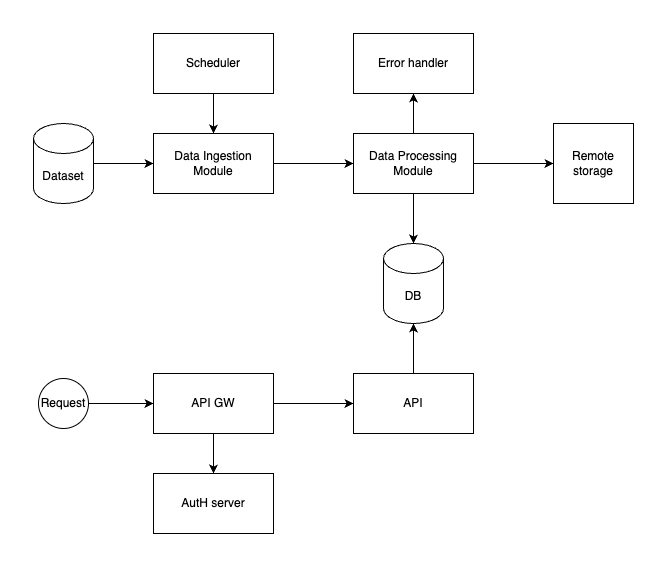
IvanMoucha/home-work-azl keeps this draw.io diagram as docs/azl-hmw-hld.drawio.png. Above is the earlier version. Source tidied: cells renumbered, new cells last; positions are measured from the earlier drawing's top-left corner, leaving out a move shared by most shapes. Its diagram source:
```xml
<mxGraphModel>
  <root>
    <mxCell id="0" />
    <mxCell id="1" parent="0" />
    <mxCell id="2" style="edgeStyle=orthogonalEdgeStyle;rounded=0;jettySize=auto;html=1;" parent="1" edge="1" source="3" target="5">
      <mxGeometry relative="1" as="geometry" />
    </mxCell>
    <mxCell id="3" value="Dataset" style="shape=cylinder3;whiteSpace=wrap;html=1;boundedLbl=1;backgroundOutline=1;size=15;" parent="1" vertex="1">
      <mxGeometry y="90" width="60" height="80" as="geometry" />
    </mxCell>
    <mxCell id="4" style="edgeStyle=orthogonalEdgeStyle;rounded=0;jettySize=auto;html=1;entryX=0;entryY=0.5;entryDx=0;entryDy=0;" parent="1" edge="1" source="5" target="10">
      <mxGeometry relative="1" as="geometry" />
    </mxCell>
    <mxCell id="5" value="Data Ingestion Module" style="rounded=0;whiteSpace=wrap;html=1;" parent="1" vertex="1">
      <mxGeometry x="120" y="100" width="120" height="60" as="geometry" />
    </mxCell>
    <mxCell id="6" style="edgeStyle=orthogonalEdgeStyle;rounded=0;jettySize=auto;html=1;" parent="1" edge="1" source="7" target="5">
      <mxGeometry relative="1" as="geometry" />
    </mxCell>
    <mxCell id="7" value="Scheduler" style="rounded=0;whiteSpace=wrap;html=1;" parent="1" vertex="1">
      <mxGeometry x="120" width="120" height="60" as="geometry" />
    </mxCell>
    <mxCell id="8" style="edgeStyle=orthogonalEdgeStyle;rounded=0;jettySize=auto;html=1;entryX=0;entryY=0.5;entryDx=0;entryDy=0;" parent="1" edge="1" source="10" target="13">
      <mxGeometry relative="1" as="geometry" />
    </mxCell>
    <mxCell id="9" style="edgeStyle=orthogonalEdgeStyle;rounded=0;jettySize=auto;html=1;entryX=0.5;entryY=1;entryDx=0;entryDy=0;" parent="1" edge="1" source="10" target="22">
      <mxGeometry relative="1" as="geometry" />
    </mxCell>
    <mxCell id="10" value="Data Processing Module" style="rounded=0;whiteSpace=wrap;html=1;" parent="1" vertex="1">
      <mxGeometry x="320" y="100" width="120" height="60" as="geometry" />
    </mxCell>
    <mxCell id="11" value="DB" style="shape=cylinder3;whiteSpace=wrap;html=1;boundedLbl=1;backgroundOutline=1;size=15;" parent="1" vertex="1">
      <mxGeometry x="350" y="210" width="60" height="80" as="geometry" />
    </mxCell>
    <mxCell id="12" style="edgeStyle=orthogonalEdgeStyle;rounded=0;jettySize=auto;html=1;entryX=0.5;entryY=0;entryDx=0;entryDy=0;entryPerimeter=0;" parent="1" edge="1" source="10" target="11">
      <mxGeometry relative="1" as="geometry" />
    </mxCell>
    <mxCell id="13" value="Remote storage" style="whiteSpace=wrap;html=1;" parent="1" vertex="1">
      <mxGeometry x="520" y="90" width="80" height="80" as="geometry" />
    </mxCell>
    <mxCell id="14" style="edgeStyle=orthogonalEdgeStyle;rounded=0;jettySize=auto;html=1;exitX=1;exitY=0.5;exitDx=0;exitDy=0;entryX=0;entryY=0.5;entryDx=0;entryDy=0;" parent="1" edge="1" source="16" target="17">
      <mxGeometry relative="1" as="geometry" />
    </mxCell>
    <mxCell id="15" style="edgeStyle=orthogonalEdgeStyle;rounded=0;jettySize=auto;html=1;exitX=0.5;exitY=1;exitDx=0;exitDy=0;entryX=0.5;entryY=0;entryDx=0;entryDy=0;" parent="1" edge="1" source="16" target="21">
      <mxGeometry relative="1" as="geometry" />
    </mxCell>
    <mxCell id="16" value="API GW" style="rounded=0;whiteSpace=wrap;html=1;" parent="1" vertex="1">
      <mxGeometry x="120" y="340" width="120" height="60" as="geometry" />
    </mxCell>
    <mxCell id="17" value="API" style="rounded=0;whiteSpace=wrap;html=1;" parent="1" vertex="1">
      <mxGeometry x="320" y="340" width="120" height="60" as="geometry" />
    </mxCell>
    <mxCell id="18" style="edgeStyle=orthogonalEdgeStyle;rounded=0;jettySize=auto;html=1;entryX=0;entryY=0.5;entryDx=0;entryDy=0;" parent="1" edge="1" source="19" target="16">
      <mxGeometry relative="1" as="geometry" />
    </mxCell>
    <mxCell id="19" value="Request" style="ellipse;whiteSpace=wrap;html=1;" parent="1" vertex="1">
      <mxGeometry x="5" y="345" width="50" height="50" as="geometry" />
    </mxCell>
    <mxCell id="20" style="edgeStyle=orthogonalEdgeStyle;rounded=0;jettySize=auto;html=1;entryX=0.5;entryY=1;entryDx=0;entryDy=0;entryPerimeter=0;" parent="1" edge="1" source="17" target="11">
      <mxGeometry relative="1" as="geometry" />
    </mxCell>
    <mxCell id="21" value="AutH server" style="rounded=0;whiteSpace=wrap;html=1;" parent="1" vertex="1">
      <mxGeometry x="120" y="440" width="120" height="60" as="geometry" />
    </mxCell>
    <mxCell id="22" value="Error handler" style="rounded=0;whiteSpace=wrap;html=1;" parent="1" vertex="1">
      <mxGeometry x="320" width="120" height="60" as="geometry" />
    </mxCell>
  </root>
</mxGraphModel>
```
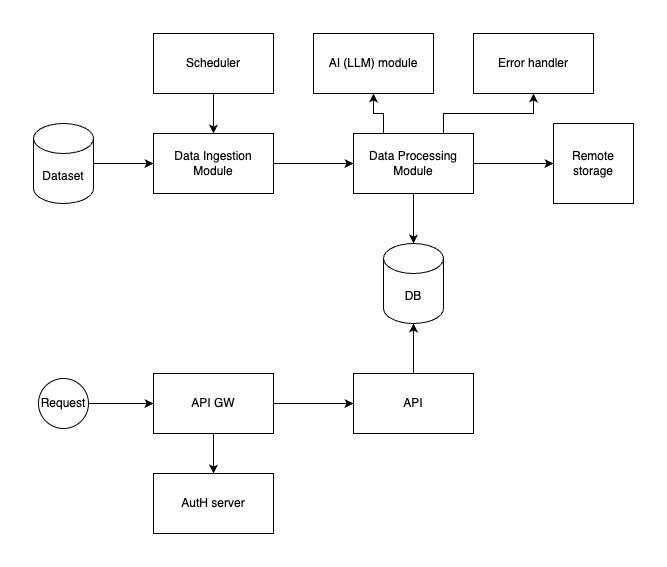
The same diagram one commit later.

The edit, as a diff of the source:
```diff
@@ -23,9 +23,12 @@
     <mxCell id="8" style="edgeStyle=orthogonalEdgeStyle;rounded=0;jettySize=auto;html=1;entryX=0;entryY=0.5;entryDx=0;entryDy=0;" parent="1" edge="1" source="10" target="13">
       <mxGeometry relative="1" as="geometry" />
     </mxCell>
-    <mxCell id="9" style="edgeStyle=orthogonalEdgeStyle;rounded=0;jettySize=auto;html=1;entryX=0.5;entryY=1;entryDx=0;entryDy=0;" parent="1" edge="1" source="10" target="22">
+    <mxCell id="9" style="edgeStyle=orthogonalEdgeStyle;rounded=0;jettySize=auto;html=1;entryX=0.5;entryY=1;entryDx=0;entryDy=0;exitX=0.75;exitY=0;exitDx=0;exitDy=0;" parent="1" edge="1" source="10" target="22">
       <mxGeometry relative="1" as="geometry" />
     </mxCell>
+    <mxCell id="23" style="edgeStyle=orthogonalEdgeStyle;rounded=0;jettySize=auto;html=1;entryX=0.5;entryY=1;entryDx=0;entryDy=0;exitX=0.25;exitY=0;exitDx=0;exitDy=0;" parent="1" edge="1" source="10" target="24">
+      <mxGeometry relative="1" as="geometry" />
+    </mxCell>
     <mxCell id="10" value="Data Processing Module" style="rounded=0;whiteSpace=wrap;html=1;" parent="1" vertex="1">
       <mxGeometry x="320" y="100" width="120" height="60" as="geometry" />
     </mxCell>
@@ -63,7 +66,10 @@
       <mxGeometry x="120" y="440" width="120" height="60" as="geometry" />
     </mxCell>
     <mxCell id="22" value="Error handler" style="rounded=0;whiteSpace=wrap;html=1;" parent="1" vertex="1">
-      <mxGeometry x="320" width="120" height="60" as="geometry" />
+      <mxGeometry x="440" width="120" height="60" as="geometry" />
     </mxCell>
+    <mxCell id="24" value="AI (LLM) module" style="rounded=0;whiteSpace=wrap;html=1;" parent="1" vertex="1">
+      <mxGeometry x="280" width="120" height="60" as="geometry" />
+    </mxCell>
   </root>
 </mxGraphModel>
```
